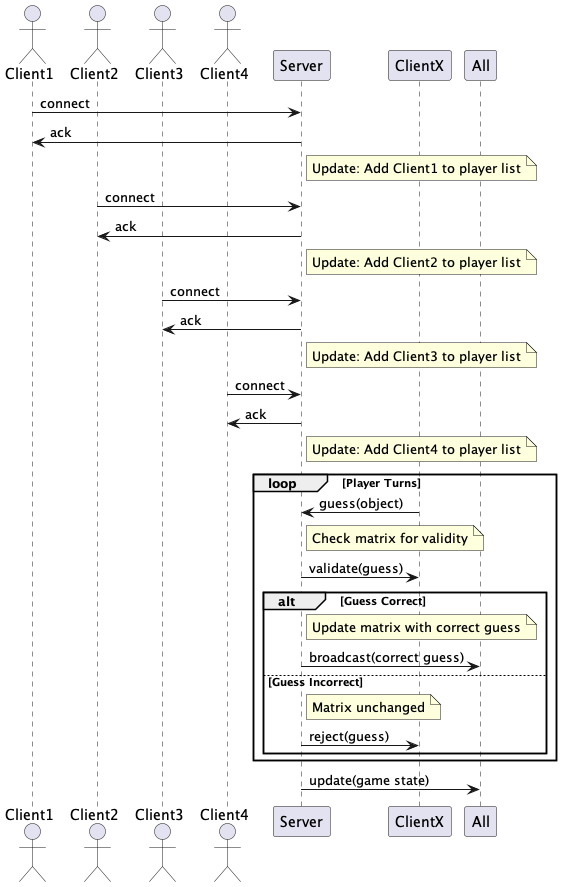
Above: UML/network.png in vskarleas/SH13-Network-Game (PlantUML), before the change. The source it was exported from:
```plantuml
@startuml
actor Client1
actor Client2
actor Client3
actor Client4
participant Server

Client1 -> Server: connect
Server -> Client1: ack
note right of Server: Update: Add Client1 to player list
Client2 -> Server: connect
Server -> Client2: ack
note right of Server: Update: Add Client2 to player list
Client3 -> Server: connect
Server -> Client3: ack
note right of Server: Update: Add Client3 to player list
Client4 -> Server: connect
Server -> Client4: ack
note right of Server: Update: Add Client4 to player list

loop Player Turns
    ClientX -> Server: guess(object)
    note right of Server: Check matrix for validity
    Server -> ClientX: validate(guess)
    alt Guess Correct
        note right of Server: Update matrix with correct guess
        Server -> All: broadcast(correct guess)
    else Guess Incorrect
        note right of Server: Matrix unchanged
        Server -> ClientX: reject(guess)
    end
end

Server -> All: update(game state)
@enduml
```
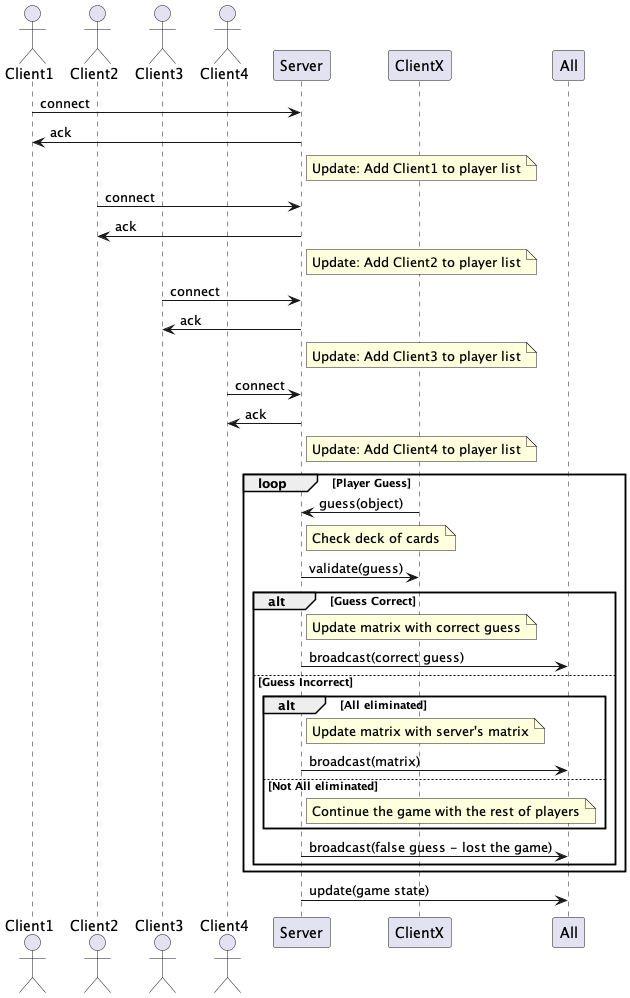
Later version of the same file.

The edit, as a diff of the source:
```diff
@@ -18,16 +18,21 @@
 Server -> Client4: ack
 note right of Server: Update: Add Client4 to player list
 
-loop Player Turns
+loop Player Guess
     ClientX -> Server: guess(object)
-    note right of Server: Check matrix for validity
+    note right of Server: Check deck of cards
     Server -> ClientX: validate(guess)
     alt Guess Correct
         note right of Server: Update matrix with correct guess
         Server -> All: broadcast(correct guess)
     else Guess Incorrect
-        note right of Server: Matrix unchanged
-        Server -> ClientX: reject(guess)
+        alt All eliminated
+            note right of Server: Update matrix with server's matrix
+            Server -> All: broadcast(matrix)
+        else Not All eliminated
+            note right of Server: Continue the game with the rest of players
+        end
+        Server -> All: broadcast(false guess - lost the game)
     end
 end
 
```
